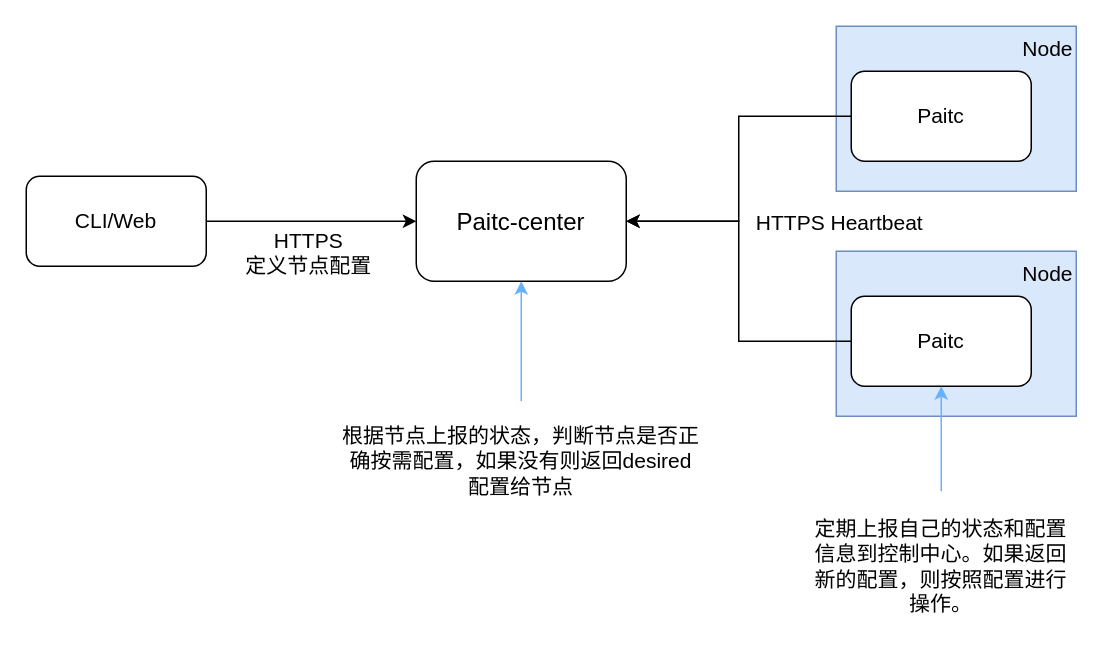
This is page "Page-1" (1 of 3) of tc-platform.drawio from formula1kimi/draw.io, a draw.io file, before an edit. Source tidied: cells renumbered, new cells numbered last; positions are measured from the earlier drawing's top-left corner, leaving out a move shared by most shapes. Both pictures are drawn from the tidied source at 150%, with x=0, y=0 at pixel (26, 26).
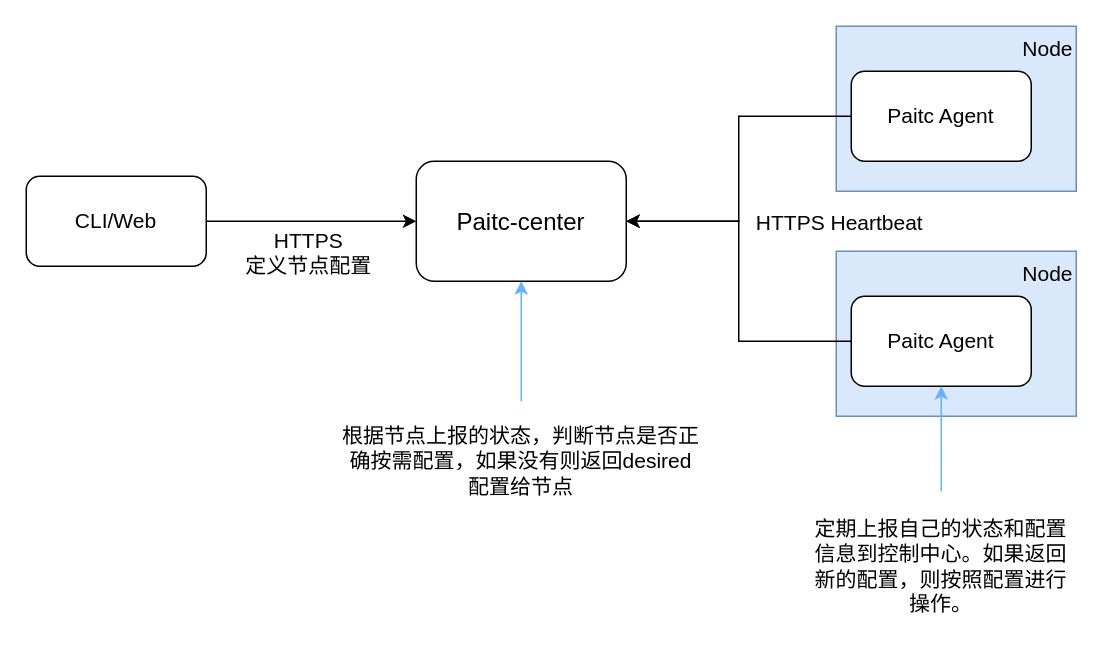
The same page after the edit.

What changed in the source:
```diff
@@
 <mxGraphModel>
   <root>
     <mxCell id="0" />
     <mxCell id="1" parent="0" />
     <mxCell id="2" value="Node" style="rounded=0;whiteSpace=wrap;html=1;fontSize=14;align=right;verticalAlign=top;fillColor=#dae8fc;strokeColor=#6c8ebf;" parent="1" vertex="1">
       <mxGeometry x="540" width="160" height="110" as="geometry" />
     </mxCell>
     <mxCell id="3" style="edgeStyle=orthogonalEdgeStyle;rounded=0;jettySize=auto;html=1;fontSize=14;exitX=0;exitY=0.5;exitDx=0;exitDy=0;entryX=1;entryY=0.5;entryDx=0;entryDy=0;" parent="1" edge="1" source="8" target="4">
       <mxGeometry relative="1" as="geometry" />
     </mxCell>
     <mxCell id="4" value="Paitc-center" style="rounded=1;whiteSpace=wrap;html=1;fontSize=16;" parent="1" vertex="1">
       <mxGeometry x="260" y="90" width="140" height="80" as="geometry" />
     </mxCell>
     <mxCell id="5" style="edgeStyle=orthogonalEdgeStyle;rounded=0;jettySize=auto;html=1;entryX=0;entryY=0.5;entryDx=0;entryDy=0;fontSize=14;" parent="1" edge="1" source="7" target="4">
       <mxGeometry relative="1" as="geometry">
         <Array as="points">
           <mxPoint x="130" y="130" />
         </Array>
       </mxGeometry>
     </mxCell>
     <mxCell id="6" value="&lt;div&gt;HTTPS&lt;/div&gt;&lt;div&gt;定义节点配置&lt;br&gt;&lt;/div&gt;" style="edgeLabel;html=1;align=center;verticalAlign=middle;fontSize=14;" parent="5" vertex="1">
       <mxGeometry x="0.28" y="-3" relative="1" as="geometry">
         <mxPoint x="-23" y="17" as="offset" />
       </mxGeometry>
     </mxCell>
     <mxCell id="7" value="CLI/Web" style="rounded=1;whiteSpace=wrap;html=1;fontSize=14;" parent="1" vertex="1">
       <mxGeometry y="100" width="120" height="60" as="geometry" />
     </mxCell>
-    <mxCell id="8" value="Paitc" style="rounded=1;whiteSpace=wrap;html=1;fontSize=14;" parent="1" vertex="1">
+    <mxCell id="8" value="Paitc Agent" style="rounded=1;whiteSpace=wrap;html=1;fontSize=14;" parent="1" vertex="1">
       <mxGeometry x="550" y="30" width="120" height="60" as="geometry" />
     </mxCell>
     <mxCell id="9" value="&lt;div style=&quot;font-size: 14px&quot;&gt;Node&lt;br style=&quot;font-size: 14px&quot;&gt;&lt;/div&gt;" style="rounded=0;whiteSpace=wrap;html=1;fontSize=14;align=right;verticalAlign=top;fillColor=#dae8fc;strokeColor=#6c8ebf;" parent="1" vertex="1">
       <mxGeometry x="540" y="150" width="160" height="110" as="geometry" />
     </mxCell>
-    <mxCell id="10" value="Paitc" style="rounded=1;whiteSpace=wrap;html=1;fontSize=14;" parent="1" vertex="1">
+    <mxCell id="10" value="Paitc Agent" style="rounded=1;whiteSpace=wrap;html=1;fontSize=14;" parent="1" vertex="1">
       <mxGeometry x="550" y="180" width="120" height="60" as="geometry" />
     </mxCell>
     <mxCell id="11" style="edgeStyle=orthogonalEdgeStyle;rounded=0;jettySize=auto;html=1;fontSize=14;exitX=0;exitY=0.5;exitDx=0;exitDy=0;entryX=1;entryY=0.5;entryDx=0;entryDy=0;" parent="1" edge="1" source="10" target="4">
       <mxGeometry relative="1" as="geometry" />
     </mxCell>
     <mxCell id="12" value="HTTPS Heartbeat" style="edgeLabel;html=1;align=center;verticalAlign=middle;fontSize=14;" parent="11" vertex="1">
       <mxGeometry x="-0.39" y="-4" relative="1" as="geometry">
         <mxPoint x="61" y="-76" as="offset" />
       </mxGeometry>
     </mxCell>
     <mxCell id="13" style="edgeStyle=orthogonalEdgeStyle;rounded=0;jettySize=auto;html=1;fontSize=14;fillColor=#008a00;strokeColor=#66B2FF;" parent="1" edge="1" source="14" target="4">
       <mxGeometry relative="1" as="geometry" />
     </mxCell>
     <mxCell id="14" value="根据节点上报的状态，判断节点是否正确按需配置，如果没有则返回desired 配置给节点" style="text;html=1;strokeColor=none;fillColor=none;align=center;verticalAlign=middle;whiteSpace=wrap;rounded=0;shadow=0;glass=0;fontSize=14;" parent="1" vertex="1">
       <mxGeometry x="210" y="250" width="240" height="80" as="geometry" />
     </mxCell>
     <mxCell id="15" style="edgeStyle=orthogonalEdgeStyle;rounded=0;jettySize=auto;html=1;fontSize=14;strokeColor=#66B2FF;" parent="1" edge="1" source="16" target="10">
       <mxGeometry relative="1" as="geometry" />
     </mxCell>
     <mxCell id="16" value="定期上报自己的状态和配置信息到控制中心。如果返回新的配置，则按照配置进行操作。" style="text;html=1;strokeColor=none;fillColor=none;align=center;verticalAlign=middle;whiteSpace=wrap;rounded=0;shadow=0;glass=0;fontSize=14;" parent="1" vertex="1">
       <mxGeometry x="520" y="310" width="180" height="100" as="geometry" />
     </mxCell>
   </root>
 </mxGraphModel>
```
